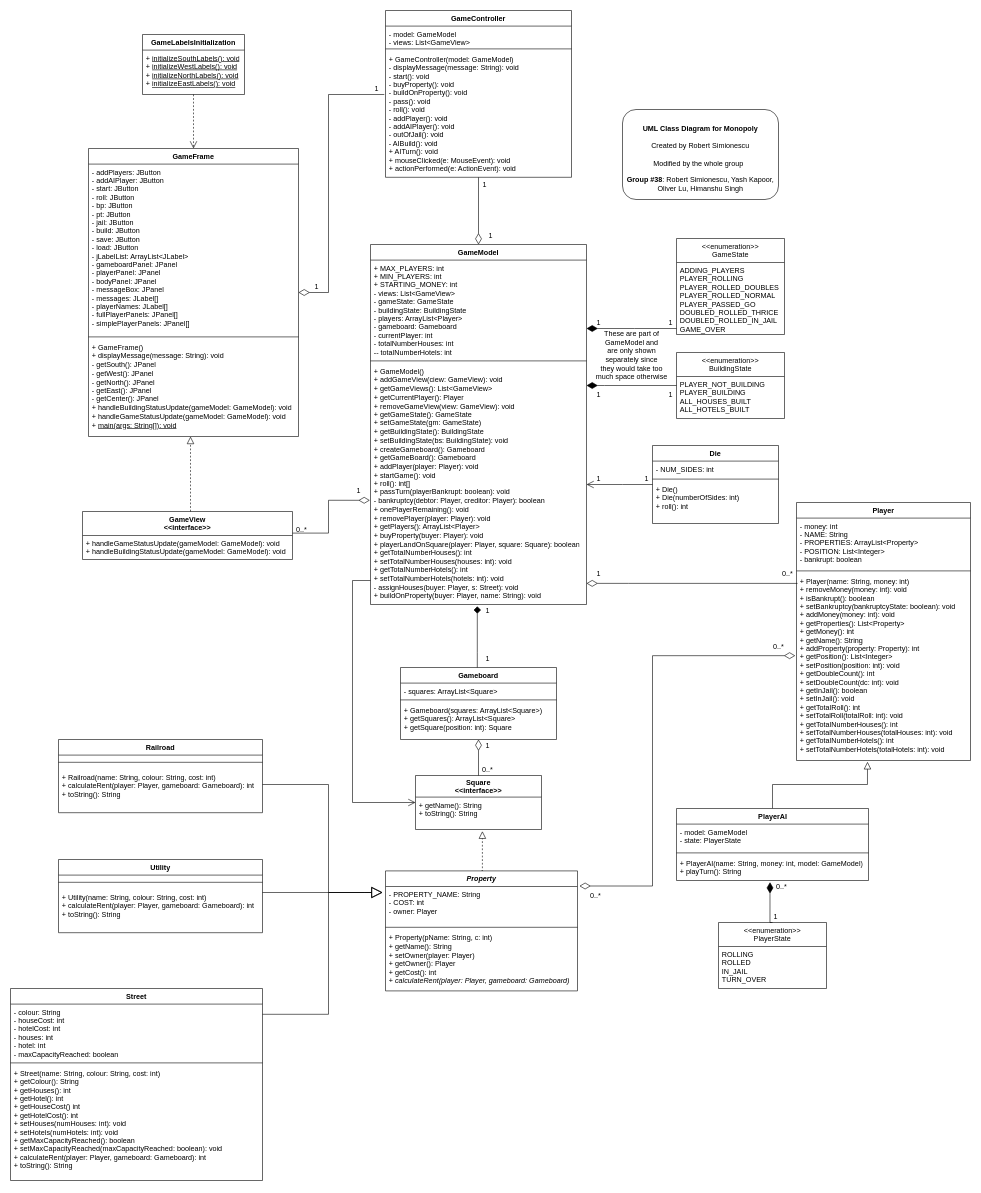
Above: Monopoly_UML_Diagram.drawio in YashKapoor1102/Monopoly (draw.io), before the change. Source tidied: cells renumbered, new cells numbered last; positions are measured from the earlier drawing's top-left corner, leaving out a move shared by most shapes. Both pictures are drawn from the tidied source at 60%, with x=0, y=0 at pixel (10, 10).
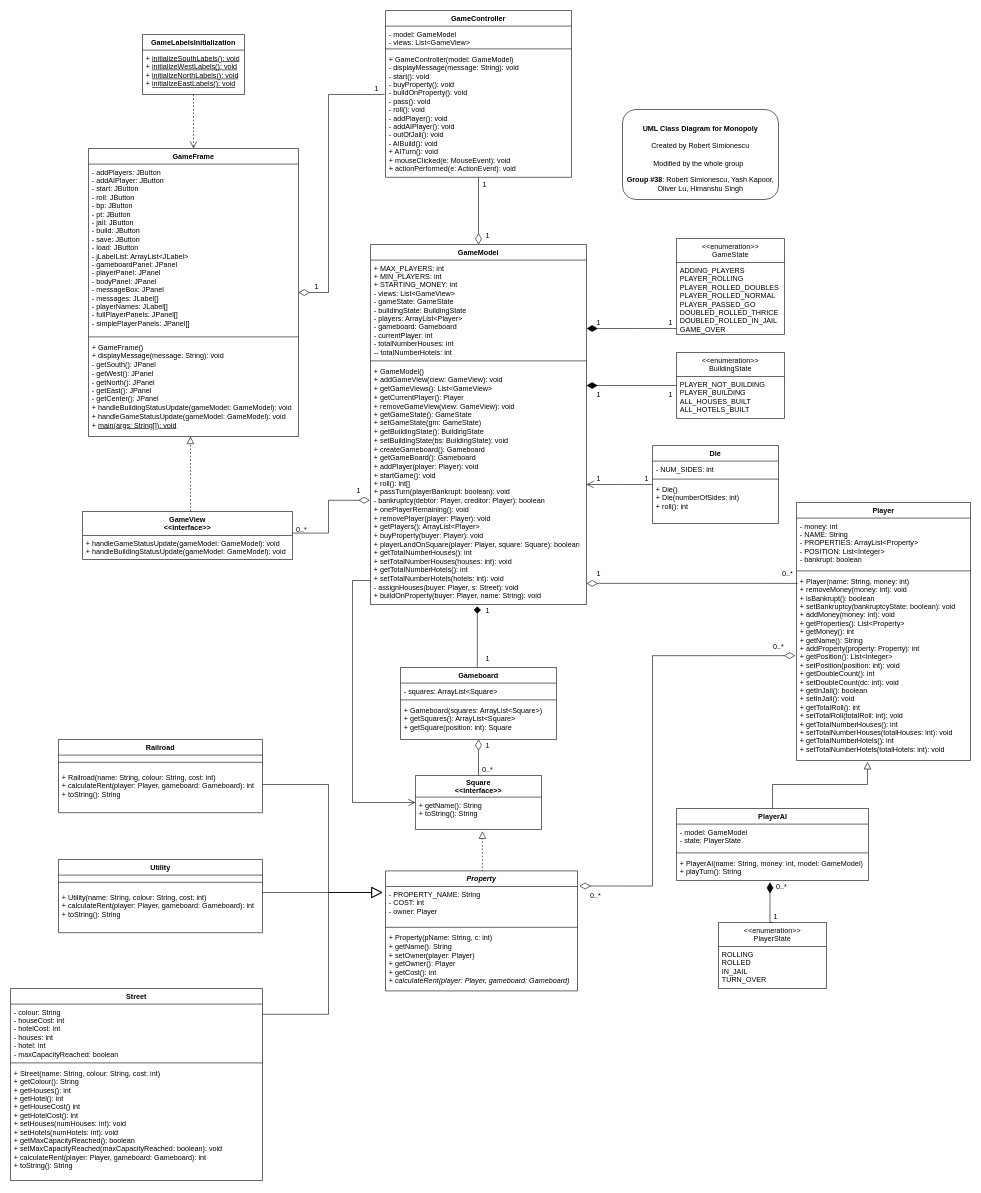
The same diagram, later.

Commit message:
Final version of Monopoly UML Milestone 3

The edit, as a diff of the source:
```diff
@@
     <mxCell id="34" value="1" style="text;html=1;align=center;verticalAlign=middle;strokeColor=none;fillColor=none;" parent="1" vertex="1">
-      <mxGeometry x="790" y="365" width="20" height="20" as="geometry" />
+      <mxGeometry x="785" y="365" width="20" height="20" as="geometry" />
     </mxCell>
@@
-    <mxCell id="78" value="&lt;div&gt;These are part of &lt;br&gt;&lt;/div&gt;&lt;div&gt;GameModel and &lt;br&gt;&lt;/div&gt;&lt;div&gt;are only shown &lt;br&gt;&lt;/div&gt;&lt;div&gt;separately since &lt;br&gt;&lt;/div&gt;&lt;div&gt;they would take too &lt;br&gt;&lt;/div&gt;&lt;div&gt;much space otherwise&lt;/div&gt;" style="text;html=1;align=center;verticalAlign=middle;strokeColor=none;fillColor=none;" parent="1" vertex="1">
-      <mxGeometry x="970" y="530" width="130" height="90" as="geometry" />
-    </mxCell>
```
